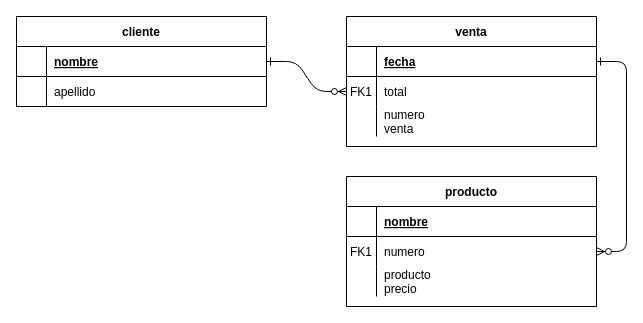
Earlier version of the draw.io diagram Diagrama sin título.drawio (Mich898/BD-Ability-Talk). Source tidied: cells renumbered, new cells numbered last; positions are measured from the earlier drawing's top-left corner, leaving out a move shared by most shapes. Both pictures are drawn from the tidied source at 100%, with x=0, y=0 at pixel (16, 16).
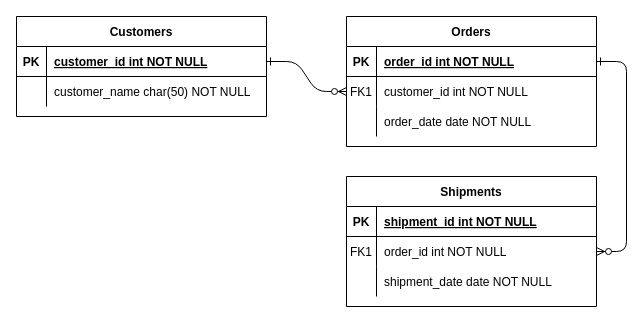
Above is the later version.

Unchanged cells that the change refers to:
```xml
<mxCell id="5" style="shape=partialRectangle;fillColor=none;points=[[0,0.5],[1,0.5]];portConstraint=eastwest;top=0;left=0;right=0;bottom=1;" parent="4" vertex="1">
  <mxGeometry y="30" width="250" height="30" as="geometry" />
</mxCell>
<mxCell id="8" style="shape=partialRectangle;fillColor=none;points=[[0,0.5],[1,0.5]];portConstraint=eastwest;top=0;left=0;right=0;bottom=0;" parent="4" vertex="1">
  <mxGeometry y="60" width="250" height="30" as="geometry" />
</mxCell>
<mxCell id="11" style="shape=partialRectangle;fillColor=none;top=0;left=0;right=0;bottom=0;" parent="4" vertex="1">
  <mxGeometry y="90" width="250" height="30" as="geometry" />
</mxCell>
<mxCell id="15" style="shape=partialRectangle;fillColor=none;top=0;left=0;right=0;bottom=1;" parent="14" vertex="1">
  <mxGeometry y="30" width="250" height="30" as="geometry" />
</mxCell>
<mxCell id="18" style="shape=partialRectangle;fillColor=none;points=[[0,0.5],[1,0.5]];portConstraint=eastwest;top=0;left=0;right=0;bottom=0;" parent="14" vertex="1">
  <mxGeometry y="60" width="250" height="30" as="geometry" />
</mxCell>
<mxCell id="21" style="shape=partialRectangle;fillColor=none;top=0;left=0;right=0;bottom=0;" parent="14" vertex="1">
  <mxGeometry y="90" width="250" height="30" as="geometry" />
</mxCell>
<mxCell id="25" style="shape=partialRectangle;fillColor=none;points=[[0,0.5],[1,0.5]];portConstraint=eastwest;top=0;left=0;right=0;bottom=1;" parent="24" vertex="1">
  <mxGeometry y="30" width="250" height="30" as="geometry" />
</mxCell>
<mxCell id="28" style="shape=partialRectangle;fillColor=none;top=0;left=0;right=0;bottom=0;" parent="24" vertex="1">
  <mxGeometry y="60" width="250" height="30" as="geometry" />
</mxCell>
```

The edit, as a diff of the source:
```diff
@@
-    <mxCell id="4" value="venta" style="shape=table;startSize=30;childLayout=tableLayout;rowLines=0;fontStyle=1;align=center;" parent="1" vertex="1">
+    <mxCell id="4" value="Orders" style="shape=table;startSize=30;childLayout=tableLayout;rowLines=0;fontStyle=1;align=center;" parent="1" vertex="1">
       <mxGeometry x="330" width="250" height="130" as="geometry" />
     </mxCell>
@@
-    <mxCell id="6" style="shape=partialRectangle;overflow=hidden;fillColor=none;top=0;left=0;bottom=0;right=0;fontStyle=1;" parent="5" vertex="1">
+    <mxCell id="6" value="PK" style="shape=partialRectangle;overflow=hidden;fillColor=none;top=0;left=0;bottom=0;right=0;fontStyle=1;" parent="5" vertex="1">
       <mxGeometry width="30" height="30" as="geometry" />
     </mxCell>
-    <mxCell id="7" value="fecha" style="shape=partialRectangle;overflow=hidden;fillColor=none;top=0;left=0;bottom=0;right=0;align=left;spacingLeft=6;fontStyle=5;" parent="5" vertex="1">
+    <mxCell id="7" value="order_id int NOT NULL " style="shape=partialRectangle;overflow=hidden;fillColor=none;top=0;left=0;bottom=0;right=0;align=left;spacingLeft=6;fontStyle=5;" parent="5" vertex="1">
       <mxGeometry x="30" width="220" height="30" as="geometry" />
     </mxCell>
@@
-    <mxCell id="10" value="total" style="shape=partialRectangle;overflow=hidden;fillColor=none;top=0;left=0;bottom=0;right=0;align=left;spacingLeft=6;" parent="8" vertex="1">
+    <mxCell id="10" value="customer_id int NOT NULL" style="shape=partialRectangle;overflow=hidden;fillColor=none;top=0;left=0;bottom=0;right=0;align=left;spacingLeft=6;" parent="8" vertex="1">
       <mxGeometry x="30" width="220" height="30" as="geometry" />
     </mxCell>
@@
-    <mxCell id="13" value="numero&#10;venta" style="shape=partialRectangle;overflow=hidden;fillColor=none;top=0;left=0;bottom=0;right=0;align=left;spacingLeft=6;" parent="11" vertex="1">
+    <mxCell id="13" value="order_date date NOT NULL" style="shape=partialRectangle;overflow=hidden;fillColor=none;top=0;left=0;bottom=0;right=0;align=left;spacingLeft=6;" parent="11" vertex="1">
       <mxGeometry x="30" width="220" height="30" as="geometry" />
     </mxCell>
-    <mxCell id="14" value="producto" style="shape=table;startSize=30;childLayout=tableLayout;rowLines=0;fontStyle=1;align=center;" parent="1" vertex="1">
+    <mxCell id="14" value="Shipments" style="shape=table;startSize=30;childLayout=tableLayout;rowLines=0;fontStyle=1;align=center;" parent="1" vertex="1">
       <mxGeometry x="330" y="160" width="250" height="130" as="geometry" />
     </mxCell>
@@
-    <mxCell id="16" style="shape=partialRectangle;overflow=hidden;fillColor=none;top=0;left=0;bottom=0;right=0;fontStyle=1;" parent="15" vertex="1">
+    <mxCell id="16" value="PK" style="shape=partialRectangle;overflow=hidden;fillColor=none;top=0;left=0;bottom=0;right=0;fontStyle=1;" parent="15" vertex="1">
       <mxGeometry width="30" height="30" as="geometry" />
     </mxCell>
-    <mxCell id="17" value="nombre" style="shape=partialRectangle;overflow=hidden;fillColor=none;top=0;left=0;bottom=0;right=0;align=left;spacingLeft=6;fontStyle=5;" parent="15" vertex="1">
+    <mxCell id="17" value="shipment_id int NOT NULL " style="shape=partialRectangle;overflow=hidden;fillColor=none;top=0;left=0;bottom=0;right=0;align=left;spacingLeft=6;fontStyle=5;" parent="15" vertex="1">
       <mxGeometry x="30" width="220" height="30" as="geometry" />
     </mxCell>
@@
-    <mxCell id="20" value="numero" style="shape=partialRectangle;overflow=hidden;fillColor=none;top=0;left=0;bottom=0;right=0;align=left;spacingLeft=6;" parent="18" vertex="1">
+    <mxCell id="20" value="order_id int NOT NULL" style="shape=partialRectangle;overflow=hidden;fillColor=none;top=0;left=0;bottom=0;right=0;align=left;spacingLeft=6;" parent="18" vertex="1">
       <mxGeometry x="30" width="220" height="30" as="geometry" />
     </mxCell>
@@
-    <mxCell id="23" value="producto&#10;precio" style="shape=partialRectangle;overflow=hidden;fillColor=none;top=0;left=0;bottom=0;right=0;align=left;spacingLeft=6;" parent="21" vertex="1">
+    <mxCell id="23" value="shipment_date date NOT NULL" style="shape=partialRectangle;overflow=hidden;fillColor=none;top=0;left=0;bottom=0;right=0;align=left;spacingLeft=6;" parent="21" vertex="1">
       <mxGeometry x="30" width="220" height="30" as="geometry" />
     </mxCell>
-    <mxCell id="24" value="cliente" style="shape=table;startSize=30;childLayout=tableLayout;rowLines=0;fontStyle=1;align=center;" parent="1" vertex="1">
-      <mxGeometry width="250" height="90" as="geometry" />
+    <mxCell id="24" value="Customers" style="shape=table;startSize=30;childLayout=tableLayout;rowLines=0;fontStyle=1;align=center;" parent="1" vertex="1">
+      <mxGeometry width="250" height="100" as="geometry" />
     </mxCell>
@@
-    <mxCell id="26" style="shape=partialRectangle;overflow=hidden;fillColor=none;top=0;left=0;bottom=0;right=0;fontStyle=1;" parent="25" vertex="1">
+    <mxCell id="26" value="PK" style="shape=partialRectangle;overflow=hidden;fillColor=none;top=0;left=0;bottom=0;right=0;fontStyle=1;" parent="25" vertex="1">
       <mxGeometry width="30" height="30" as="geometry" />
     </mxCell>
-    <mxCell id="27" value="nombre" style="shape=partialRectangle;overflow=hidden;fillColor=none;top=0;left=0;bottom=0;right=0;align=left;spacingLeft=6;fontStyle=5;" parent="25" vertex="1">
+    <mxCell id="27" value="customer_id int NOT NULL " style="shape=partialRectangle;overflow=hidden;fillColor=none;top=0;left=0;bottom=0;right=0;align=left;spacingLeft=6;fontStyle=5;" parent="25" vertex="1">
       <mxGeometry x="30" width="220" height="30" as="geometry" />
     </mxCell>
@@
-    <mxCell id="30" value="apellido" style="shape=partialRectangle;overflow=hidden;fillColor=none;top=0;left=0;bottom=0;right=0;align=left;spacingLeft=6;" parent="28" vertex="1">
+    <mxCell id="30" value="customer_name char(50) NOT NULL" style="shape=partialRectangle;overflow=hidden;fillColor=none;top=0;left=0;bottom=0;right=0;align=left;spacingLeft=6;" parent="28" vertex="1">
       <mxGeometry x="30" width="220" height="30" as="geometry" />
     </mxCell>
```
